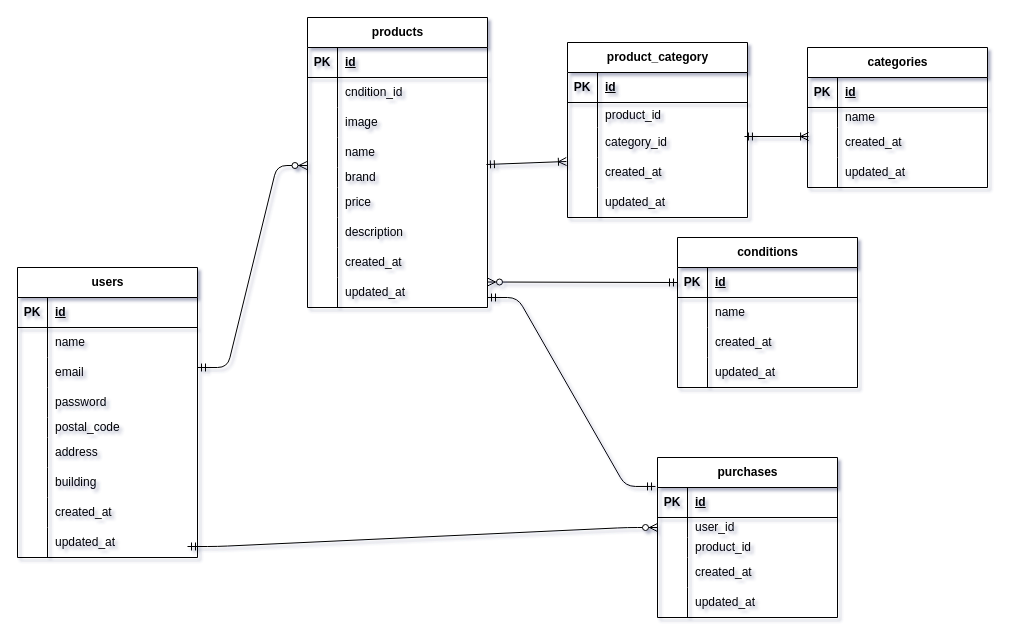
yushiro46/Furima keeps this draw.io diagram as er.dio. Above is the earlier version. Source tidied: cells renumbered, new cells numbered last; positions are measured from the earlier drawing's top-left corner, leaving out a move shared by most shapes. Both pictures are drawn from the tidied source at 100%, with x=0, y=0 at pixel (17, 17).
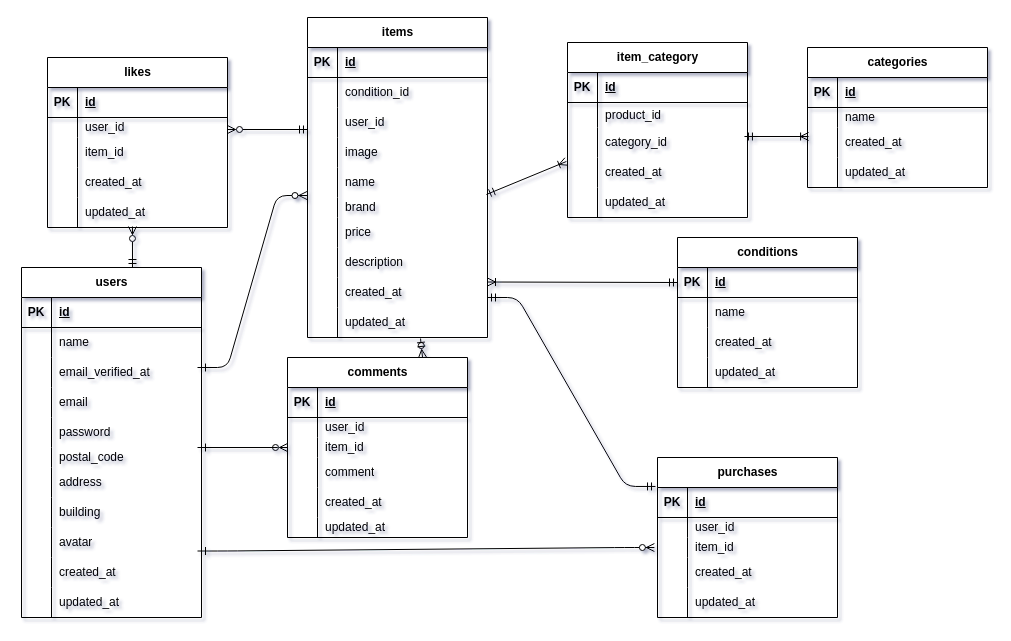
The same page after the edit.

Unchanged cells that the change refers to:
```xml
<mxCell id="9" style="shape=tableRow;horizontal=0;startSize=0;swimlaneHead=0;swimlaneBody=0;fillColor=none;top=0;left=0;right=0;bottom=0;" parent="2" vertex="1">
  <mxGeometry y="90" width="180" height="30" as="geometry" />
</mxCell>
<mxCell id="34" style="shape=tableRow;horizontal=0;startSize=0;swimlaneHead=0;swimlaneBody=0;fillColor=none;top=0;left=0;right=0;bottom=0;" parent="30" vertex="1">
  <mxGeometry y="60" width="180" height="30" as="geometry" />
</mxCell>
<mxCell id="72" style="shape=tableRow;horizontal=0;startSize=0;swimlaneHead=0;swimlaneBody=0;fillColor=none;points=[[0,0.5],[1,0.5]];portConstraint=eastwest;top=0;left=0;right=0;bottom=1;" parent="71" vertex="1">
  <mxGeometry y="30" width="180" height="30" as="geometry" />
</mxCell>
<mxCell id="88" style="shape=tableRow;horizontal=0;startSize=0;swimlaneHead=0;swimlaneBody=0;fillColor=none;points=[[0,0.5],[1,0.5]];portConstraint=eastwest;top=0;left=0;right=0;bottom=0;" parent="84" vertex="1">
  <mxGeometry y="60" width="180" height="20" as="geometry" />
</mxCell>
<mxCell id="91" style="shape=tableRow;horizontal=0;startSize=0;swimlaneHead=0;swimlaneBody=0;fillColor=none;top=0;left=0;right=0;bottom=0;" parent="84" vertex="1">
  <mxGeometry y="80" width="180" height="20" as="geometry" />
</mxCell>
```

The edit, as a diff of the source:
```diff
@@
     <mxCell id="2" value="users" style="shape=table;startSize=30;childLayout=tableLayout;rowLines=0;fontStyle=1;align=center;html=1;" parent="1" vertex="1">
-      <mxGeometry y="250" width="180" height="290" as="geometry" />
+      <mxGeometry x="4" y="250" width="180" height="350" as="geometry" />
     </mxCell>
@@
-    <mxCell id="11" value="email" style="shape=partialRectangle;fillColor=none;top=0;left=0;bottom=0;right=0;align=left;spacingLeft=6;overflow=hidden;whiteSpace=wrap;html=1;" parent="9" vertex="1">
+    <mxCell id="11" value="email_verified_at" style="shape=partialRectangle;fillColor=none;top=0;left=0;bottom=0;right=0;align=left;spacingLeft=6;overflow=hidden;whiteSpace=wrap;html=1;" parent="9" vertex="1">
       <mxGeometry x="30" width="150" height="30" as="geometry" />
     </mxCell>
+    <mxCell id="122" style="shape=tableRow;horizontal=0;startSize=0;swimlaneHead=0;swimlaneBody=0;fillColor=none;top=0;left=0;right=0;bottom=0;" parent="2" vertex="1">
+      <mxGeometry y="120" width="180" height="30" as="geometry" />
+    </mxCell>
+    <mxCell id="123" style="shape=partialRectangle;fillColor=none;top=0;left=0;bottom=0;right=0;overflow=hidden;whiteSpace=wrap;html=1;" parent="122" vertex="1">
+      <mxGeometry width="30" height="30" as="geometry" />
+    </mxCell>
+    <mxCell id="124" value="email" style="shape=partialRectangle;fillColor=none;top=0;left=0;bottom=0;right=0;align=left;spacingLeft=6;overflow=hidden;whiteSpace=wrap;html=1;" parent="122" vertex="1">
+      <mxGeometry x="30" width="150" height="30" as="geometry" />
+    </mxCell>
     <mxCell id="12" style="shape=tableRow;horizontal=0;startSize=0;swimlaneHead=0;swimlaneBody=0;fillColor=none;top=0;left=0;right=0;bottom=0;" parent="2" vertex="1">
-      <mxGeometry y="120" width="180" height="30" as="geometry" />
+      <mxGeometry y="150" width="180" height="30" as="geometry" />
     </mxCell>
@@
     <mxCell id="15" style="shape=tableRow;horizontal=0;startSize=0;swimlaneHead=0;swimlaneBody=0;fillColor=none;top=0;left=0;right=0;bottom=0;" parent="2" vertex="1">
-      <mxGeometry y="150" width="180" height="20" as="geometry" />
+      <mxGeometry y="180" width="180" height="20" as="geometry" />
     </mxCell>
@@
     <mxCell id="18" style="shape=tableRow;horizontal=0;startSize=0;swimlaneHead=0;swimlaneBody=0;fillColor=none;top=0;left=0;right=0;bottom=0;" parent="2" vertex="1">
-      <mxGeometry y="170" width="180" height="30" as="geometry" />
+      <mxGeometry y="200" width="180" height="30" as="geometry" />
     </mxCell>
@@
     <mxCell id="21" style="shape=tableRow;horizontal=0;startSize=0;swimlaneHead=0;swimlaneBody=0;fillColor=none;top=0;left=0;right=0;bottom=0;" parent="2" vertex="1">
-      <mxGeometry y="200" width="180" height="30" as="geometry" />
+      <mxGeometry y="230" width="180" height="30" as="geometry" />
     </mxCell>
@@
     <mxCell id="24" style="shape=tableRow;horizontal=0;startSize=0;swimlaneHead=0;swimlaneBody=0;fillColor=none;top=0;left=0;right=0;bottom=0;" parent="2" vertex="1">
-      <mxGeometry y="230" width="180" height="30" as="geometry" />
+      <mxGeometry y="260" width="180" height="30" as="geometry" />
     </mxCell>
@@
-    <mxCell id="26" value="created_at" style="shape=partialRectangle;fillColor=none;top=0;left=0;bottom=0;right=0;align=left;spacingLeft=6;overflow=hidden;whiteSpace=wrap;html=1;" parent="24" vertex="1">
+    <mxCell id="26" value="avatar" style="shape=partialRectangle;fillColor=none;top=0;left=0;bottom=0;right=0;align=left;spacingLeft=6;overflow=hidden;whiteSpace=wrap;html=1;" parent="24" vertex="1">
       <mxGeometry x="30" width="150" height="30" as="geometry" />
     </mxCell>
     <mxCell id="27" style="shape=tableRow;horizontal=0;startSize=0;swimlaneHead=0;swimlaneBody=0;fillColor=none;top=0;left=0;right=0;bottom=0;" parent="2" vertex="1">
-      <mxGeometry y="260" width="180" height="30" as="geometry" />
+      <mxGeometry y="290" width="180" height="30" as="geometry" />
     </mxCell>
@@
-    <mxCell id="29" value="updated_at" style="shape=partialRectangle;fillColor=none;top=0;left=0;bottom=0;right=0;align=left;spacingLeft=6;overflow=hidden;whiteSpace=wrap;html=1;" parent="27" vertex="1">
+    <mxCell id="29" value="created_at" style="shape=partialRectangle;fillColor=none;top=0;left=0;bottom=0;right=0;align=left;spacingLeft=6;overflow=hidden;whiteSpace=wrap;html=1;" parent="27" vertex="1">
       <mxGeometry x="30" width="150" height="30" as="geometry" />
     </mxCell>
+    <mxCell id="125" style="shape=tableRow;horizontal=0;startSize=0;swimlaneHead=0;swimlaneBody=0;fillColor=none;top=0;left=0;right=0;bottom=0;" parent="2" vertex="1">
+      <mxGeometry y="320" width="180" height="30" as="geometry" />
+    </mxCell>
+    <mxCell id="126" style="shape=partialRectangle;fillColor=none;top=0;left=0;bottom=0;right=0;overflow=hidden;whiteSpace=wrap;html=1;" parent="125" vertex="1">
+      <mxGeometry width="30" height="30" as="geometry" />
+    </mxCell>
+    <mxCell id="127" value="updated_at" style="shape=partialRectangle;fillColor=none;top=0;left=0;bottom=0;right=0;align=left;spacingLeft=6;overflow=hidden;whiteSpace=wrap;html=1;" parent="125" vertex="1">
+      <mxGeometry x="30" width="150" height="30" as="geometry" />
+    </mxCell>
-    <mxCell id="30" value="products" style="shape=table;startSize=30;childLayout=tableLayout;rowLines=0;fontStyle=1;align=center;html=1;" parent="1" vertex="1">
-      <mxGeometry x="290" width="180" height="290" as="geometry" />
+    <mxCell id="30" value="items" style="shape=table;startSize=30;childLayout=tableLayout;rowLines=0;fontStyle=1;align=center;html=1;" parent="1" vertex="1">
+      <mxGeometry x="290" width="180" height="320" as="geometry" />
     </mxCell>
@@
-    <mxCell id="36" value="cndition_id" style="shape=partialRectangle;fillColor=none;top=0;left=0;bottom=0;right=0;align=left;spacingLeft=6;overflow=hidden;whiteSpace=wrap;html=1;" parent="34" vertex="1">
+    <mxCell id="36" value="condition_id" style="shape=partialRectangle;fillColor=none;top=0;left=0;bottom=0;right=0;align=left;spacingLeft=6;overflow=hidden;whiteSpace=wrap;html=1;" parent="34" vertex="1">
       <mxGeometry x="30" width="150" height="30" as="geometry" />
     </mxCell>
+    <mxCell id="128" style="shape=tableRow;horizontal=0;startSize=0;swimlaneHead=0;swimlaneBody=0;fillColor=none;top=0;left=0;right=0;bottom=0;" parent="30" vertex="1">
+      <mxGeometry y="90" width="180" height="30" as="geometry" />
+    </mxCell>
+    <mxCell id="129" style="shape=partialRectangle;fillColor=none;top=0;left=0;bottom=0;right=0;overflow=hidden;whiteSpace=wrap;html=1;" parent="128" vertex="1">
+      <mxGeometry width="30" height="30" as="geometry" />
+    </mxCell>
+    <mxCell id="130" value="user_id" style="shape=partialRectangle;fillColor=none;top=0;left=0;bottom=0;right=0;align=left;spacingLeft=6;overflow=hidden;whiteSpace=wrap;html=1;" parent="128" vertex="1">
+      <mxGeometry x="30" width="150" height="30" as="geometry" />
+    </mxCell>
     <mxCell id="37" style="shape=tableRow;horizontal=0;startSize=0;swimlaneHead=0;swimlaneBody=0;fillColor=none;top=0;left=0;right=0;bottom=0;" parent="30" vertex="1">
-      <mxGeometry y="90" width="180" height="30" as="geometry" />
+      <mxGeometry y="120" width="180" height="30" as="geometry" />
     </mxCell>
@@
     <mxCell id="40" style="shape=tableRow;horizontal=0;startSize=0;swimlaneHead=0;swimlaneBody=0;fillColor=none;top=0;left=0;right=0;bottom=0;" parent="30" vertex="1">
-      <mxGeometry y="120" width="180" height="30" as="geometry" />
+      <mxGeometry y="150" width="180" height="30" as="geometry" />
     </mxCell>
@@
     <mxCell id="43" style="shape=tableRow;horizontal=0;startSize=0;swimlaneHead=0;swimlaneBody=0;fillColor=none;points=[[0,0.5],[1,0.5]];portConstraint=eastwest;top=0;left=0;right=0;bottom=0;" parent="30" vertex="1">
-      <mxGeometry y="150" width="180" height="20" as="geometry" />
+      <mxGeometry y="180" width="180" height="20" as="geometry" />
     </mxCell>
@@
     <mxCell id="46" style="shape=tableRow;horizontal=0;startSize=0;swimlaneHead=0;swimlaneBody=0;fillColor=none;top=0;left=0;right=0;bottom=0;" parent="30" vertex="1">
-      <mxGeometry y="170" width="180" height="30" as="geometry" />
+      <mxGeometry y="200" width="180" height="30" as="geometry" />
     </mxCell>
@@
     <mxCell id="49" style="shape=tableRow;horizontal=0;startSize=0;swimlaneHead=0;swimlaneBody=0;fillColor=none;top=0;left=0;right=0;bottom=0;" parent="30" vertex="1">
-      <mxGeometry y="200" width="180" height="30" as="geometry" />
+      <mxGeometry y="230" width="180" height="30" as="geometry" />
     </mxCell>
@@
     <mxCell id="52" style="shape=tableRow;horizontal=0;startSize=0;swimlaneHead=0;swimlaneBody=0;fillColor=none;top=0;left=0;right=0;bottom=0;" parent="30" vertex="1">
-      <mxGeometry y="230" width="180" height="30" as="geometry" />
+      <mxGeometry y="260" width="180" height="30" as="geometry" />
     </mxCell>
@@
     <mxCell id="55" style="shape=tableRow;horizontal=0;startSize=0;swimlaneHead=0;swimlaneBody=0;fillColor=none;points=[[0,0.5],[1,0.5]];portConstraint=eastwest;top=0;left=0;right=0;bottom=0;" parent="30" vertex="1">
-      <mxGeometry y="260" width="180" height="30" as="geometry" />
+      <mxGeometry y="290" width="180" height="30" as="geometry" />
     </mxCell>
@@
-    <mxCell id="93" value="product_id" style="shape=partialRectangle;fillColor=none;top=0;left=0;bottom=0;right=0;align=left;spacingLeft=6;overflow=hidden;whiteSpace=wrap;html=1;" parent="91" vertex="1">
+    <mxCell id="93" value="item_id" style="shape=partialRectangle;fillColor=none;top=0;left=0;bottom=0;right=0;align=left;spacingLeft=6;overflow=hidden;whiteSpace=wrap;html=1;" parent="91" vertex="1">
       <mxGeometry x="30" width="150" height="20" as="geometry" />
     </mxCell>
@@
-    <mxCell id="101" style="edgeStyle=entityRelationEdgeStyle;fontSize=12;html=1;endArrow=ERzeroToMany;startArrow=ERmandOne;exitX=1.019;exitY=-0.033;exitDx=0;exitDy=0;exitPerimeter=0;entryX=0;entryY=0.5;entryDx=0;entryDy=0;" parent="1" edge="1" target="88">
+    <mxCell id="101" style="edgeStyle=entityRelationEdgeStyle;fontSize=12;html=1;endArrow=ERzeroToMany;startArrow=ERmandOne;exitX=1.017;exitY=0.133;exitDx=0;exitDy=0;exitPerimeter=0;entryX=0;entryY=0.5;entryDx=0;entryDy=0;" parent="1" edge="1">
       <mxGeometry relative="1" as="geometry">
-        <mxPoint x="170" y="529" as="sourcePoint" />
+        <mxPoint x="180" y="533.5" as="sourcePoint" />
+        <mxPoint x="636.9" y="530" as="targetPoint" />
         <Array as="points">
-          <mxPoint x="536.6" y="590" />
-          <mxPoint x="640" y="500" />
-          <mxPoint x="630" y="500" />
+          <mxPoint x="533.5" y="610" />
+          <mxPoint x="636.9" y="520" />
+          <mxPoint x="626.9" y="520" />
         </Array>
       </mxGeometry>
     </mxCell>
-    <mxCell id="102" style="endArrow=ERmandOne;html=1;rounded=0;startArrow=ERzeroToMany;startFill=0;endFill=0;entryX=0;entryY=0.5;entryDx=0;entryDy=0;" parent="1" edge="1" target="72">
+    <mxCell id="102" style="endArrow=ERmandOne;html=1;rounded=0;startArrow=ERoneToMany;startFill=0;endFill=0;entryX=0;entryY=0.5;entryDx=0;entryDy=0;" parent="1" edge="1" target="72">
       <mxGeometry relative="1" as="geometry">
         <mxPoint x="470" y="264.5" as="sourcePoint" />
       </mxGeometry>
     </mxCell>
@@
-    <mxCell id="104" value="product_category" style="shape=table;startSize=30;childLayout=tableLayout;rowLines=0;fontStyle=1;align=center;html=1;" parent="1" vertex="1">
+    <mxCell id="104" value="item_category" style="shape=table;startSize=30;childLayout=tableLayout;rowLines=0;fontStyle=1;align=center;html=1;" parent="1" vertex="1">
       <mxGeometry x="550" y="25" width="180" height="175" as="geometry" />
     </mxCell>
@@
+    <mxCell id="131" value="comments" style="shape=table;startSize=30;childLayout=tableLayout;rowLines=0;fontStyle=1;align=center;html=1;" parent="1" vertex="1">
+      <mxGeometry x="270" y="340" width="180" height="180" as="geometry" />
+    </mxCell>
+    <mxCell id="132" style="shape=tableRow;horizontal=0;startSize=0;swimlaneHead=0;swimlaneBody=0;fillColor=none;top=0;left=0;right=0;bottom=1;" parent="131" vertex="1">
+      <mxGeometry y="30" width="180" height="30" as="geometry" />
+    </mxCell>
+    <mxCell id="133" value="PK" style="shape=partialRectangle;fillColor=none;top=0;left=0;bottom=0;right=0;fontStyle=1;overflow=hidden;whiteSpace=wrap;html=1;" parent="132" vertex="1">
+      <mxGeometry width="30" height="30" as="geometry" />
+    </mxCell>
+    <mxCell id="134" value="id" style="shape=partialRectangle;fillColor=none;top=0;left=0;bottom=0;right=0;align=left;spacingLeft=6;fontStyle=5;overflow=hidden;whiteSpace=wrap;html=1;" parent="132" vertex="1">
+      <mxGeometry x="30" width="150" height="30" as="geometry" />
+    </mxCell>
+    <mxCell id="135" style="shape=tableRow;horizontal=0;startSize=0;swimlaneHead=0;swimlaneBody=0;fillColor=none;top=0;left=0;right=0;bottom=0;" parent="131" vertex="1">
+      <mxGeometry y="60" width="180" height="20" as="geometry" />
+    </mxCell>
+    <mxCell id="136" style="shape=partialRectangle;fillColor=none;top=0;left=0;bottom=0;right=0;overflow=hidden;whiteSpace=wrap;html=1;" parent="135" vertex="1">
+      <mxGeometry width="30" height="20" as="geometry" />
+    </mxCell>
+    <mxCell id="137" value="user_id" style="shape=partialRectangle;fillColor=none;top=0;left=0;bottom=0;right=0;align=left;spacingLeft=6;overflow=hidden;whiteSpace=wrap;html=1;" parent="135" vertex="1">
+      <mxGeometry x="30" width="150" height="20" as="geometry" />
+    </mxCell>
+    <mxCell id="138" style="shape=tableRow;horizontal=0;startSize=0;swimlaneHead=0;swimlaneBody=0;fillColor=none;top=0;left=0;right=0;bottom=0;" parent="131" vertex="1">
+      <mxGeometry y="80" width="180" height="20" as="geometry" />
+    </mxCell>
+    <mxCell id="139" style="shape=partialRectangle;fillColor=none;top=0;left=0;bottom=0;right=0;overflow=hidden;whiteSpace=wrap;html=1;" parent="138" vertex="1">
+      <mxGeometry width="30" height="20" as="geometry" />
+    </mxCell>
+    <mxCell id="140" value="item_id" style="shape=partialRectangle;fillColor=none;top=0;left=0;bottom=0;right=0;align=left;spacingLeft=6;overflow=hidden;whiteSpace=wrap;html=1;" parent="138" vertex="1">
+      <mxGeometry x="30" width="150" height="20" as="geometry" />
+    </mxCell>
+    <mxCell id="141" style="shape=tableRow;horizontal=0;startSize=0;swimlaneHead=0;swimlaneBody=0;fillColor=none;top=0;left=0;right=0;bottom=0;" parent="131" vertex="1">
+      <mxGeometry y="100" width="180" height="30" as="geometry" />
+    </mxCell>
+    <mxCell id="142" style="shape=partialRectangle;fillColor=none;top=0;left=0;bottom=0;right=0;overflow=hidden;whiteSpace=wrap;html=1;" parent="141" vertex="1">
+      <mxGeometry width="30" height="30" as="geometry" />
+    </mxCell>
+    <mxCell id="143" value="comment" style="shape=partialRectangle;fillColor=none;top=0;left=0;bottom=0;right=0;align=left;spacingLeft=6;overflow=hidden;whiteSpace=wrap;html=1;" parent="141" vertex="1">
+      <mxGeometry x="30" width="150" height="30" as="geometry" />
+    </mxCell>
+    <mxCell id="144" style="shape=tableRow;horizontal=0;startSize=0;swimlaneHead=0;swimlaneBody=0;fillColor=none;top=0;left=0;right=0;bottom=0;" parent="131" vertex="1">
+      <mxGeometry y="130" width="180" height="30" as="geometry" />
+    </mxCell>
+    <mxCell id="145" style="shape=partialRectangle;fillColor=none;top=0;left=0;bottom=0;right=0;overflow=hidden;whiteSpace=wrap;html=1;" parent="144" vertex="1">
+      <mxGeometry width="30" height="30" as="geometry" />
+    </mxCell>
+    <mxCell id="146" value="created_at" style="shape=partialRectangle;fillColor=none;top=0;left=0;bottom=0;right=0;align=left;spacingLeft=6;overflow=hidden;whiteSpace=wrap;html=1;" parent="144" vertex="1">
+      <mxGeometry x="30" width="150" height="30" as="geometry" />
+    </mxCell>
+    <mxCell id="147" style="shape=tableRow;horizontal=0;startSize=0;swimlaneHead=0;swimlaneBody=0;fillColor=none;top=0;left=0;right=0;bottom=0;" parent="131" vertex="1">
+      <mxGeometry y="160" width="180" height="20" as="geometry" />
+    </mxCell>
+    <mxCell id="148" style="shape=partialRectangle;fillColor=none;top=0;left=0;bottom=0;right=0;overflow=hidden;whiteSpace=wrap;html=1;" parent="147" vertex="1">
+      <mxGeometry width="30" height="20" as="geometry" />
+    </mxCell>
+    <mxCell id="149" value="updated_at" style="shape=partialRectangle;fillColor=none;top=0;left=0;bottom=0;right=0;align=left;spacingLeft=6;overflow=hidden;whiteSpace=wrap;html=1;" parent="147" vertex="1">
+      <mxGeometry x="30" width="150" height="20" as="geometry" />
+    </mxCell>
+    <mxCell id="150" style="endArrow=ERzeroToMany;html=1;rounded=0;startArrow=ERmandOne;startFill=0;endFill=0;" parent="1" edge="1">
+      <mxGeometry relative="1" as="geometry">
+        <mxPoint x="180" y="430" as="sourcePoint" />
+        <mxPoint x="270" y="430" as="targetPoint" />
+        <Array as="points">
+          <mxPoint x="260" y="430" />
+        </Array>
+      </mxGeometry>
+    </mxCell>
+    <mxCell id="151" style="endArrow=ERzeroToMany;html=1;rounded=0;exitX=0.628;exitY=1.033;exitDx=0;exitDy=0;exitPerimeter=0;entryX=0.75;entryY=0;entryDx=0;entryDy=0;startArrow=ERmandOne;startFill=0;endFill=0;" parent="1" edge="1" source="55" target="131">
+      <mxGeometry relative="1" as="geometry" />
+    </mxCell>
+    <mxCell id="152" value="likes" style="shape=table;startSize=30;childLayout=tableLayout;rowLines=0;fontStyle=1;align=center;html=1;" parent="1" vertex="1">
+      <mxGeometry x="30" y="40" width="180" height="170" as="geometry" />
+    </mxCell>
+    <mxCell id="153" style="shape=tableRow;horizontal=0;startSize=0;swimlaneHead=0;swimlaneBody=0;fillColor=none;top=0;left=0;right=0;bottom=1;" parent="152" vertex="1">
+      <mxGeometry y="30" width="180" height="30" as="geometry" />
+    </mxCell>
+    <mxCell id="154" value="PK" style="shape=partialRectangle;fillColor=none;top=0;left=0;bottom=0;right=0;fontStyle=1;overflow=hidden;whiteSpace=wrap;html=1;" parent="153" vertex="1">
+      <mxGeometry width="30" height="30" as="geometry" />
+    </mxCell>
+    <mxCell id="155" value="id" style="shape=partialRectangle;fillColor=none;top=0;left=0;bottom=0;right=0;align=left;spacingLeft=6;fontStyle=5;overflow=hidden;whiteSpace=wrap;html=1;" parent="153" vertex="1">
+      <mxGeometry x="30" width="150" height="30" as="geometry" />
+    </mxCell>
+    <mxCell id="156" style="shape=tableRow;horizontal=0;startSize=0;swimlaneHead=0;swimlaneBody=0;fillColor=none;top=0;left=0;right=0;bottom=0;" parent="152" vertex="1">
+      <mxGeometry y="60" width="180" height="20" as="geometry" />
+    </mxCell>
+    <mxCell id="157" style="shape=partialRectangle;fillColor=none;top=0;left=0;bottom=0;right=0;overflow=hidden;whiteSpace=wrap;html=1;" parent="156" vertex="1">
+      <mxGeometry width="30" height="20" as="geometry" />
+    </mxCell>
+    <mxCell id="158" value="user_id" style="shape=partialRectangle;fillColor=none;top=0;left=0;bottom=0;right=0;align=left;spacingLeft=6;overflow=hidden;whiteSpace=wrap;html=1;" parent="156" vertex="1">
+      <mxGeometry x="30" width="150" height="20" as="geometry" />
+    </mxCell>
+    <mxCell id="159" style="shape=tableRow;horizontal=0;startSize=0;swimlaneHead=0;swimlaneBody=0;fillColor=none;top=0;left=0;right=0;bottom=0;" parent="152" vertex="1">
+      <mxGeometry y="80" width="180" height="30" as="geometry" />
+    </mxCell>
+    <mxCell id="160" style="shape=partialRectangle;fillColor=none;top=0;left=0;bottom=0;right=0;overflow=hidden;whiteSpace=wrap;html=1;" parent="159" vertex="1">
+      <mxGeometry width="30" height="30" as="geometry" />
+    </mxCell>
+    <mxCell id="161" value="item_id" style="shape=partialRectangle;fillColor=none;top=0;left=0;bottom=0;right=0;align=left;spacingLeft=6;overflow=hidden;whiteSpace=wrap;html=1;" parent="159" vertex="1">
+      <mxGeometry x="30" width="150" height="30" as="geometry" />
+    </mxCell>
+    <mxCell id="162" style="shape=tableRow;horizontal=0;startSize=0;swimlaneHead=0;swimlaneBody=0;fillColor=none;top=0;left=0;right=0;bottom=0;" parent="152" vertex="1">
+      <mxGeometry y="110" width="180" height="30" as="geometry" />
+    </mxCell>
+    <mxCell id="163" style="shape=partialRectangle;fillColor=none;top=0;left=0;bottom=0;right=0;overflow=hidden;whiteSpace=wrap;html=1;" parent="162" vertex="1">
+      <mxGeometry width="30" height="30" as="geometry" />
+    </mxCell>
+    <mxCell id="164" value="created_at" style="shape=partialRectangle;fillColor=none;top=0;left=0;bottom=0;right=0;align=left;spacingLeft=6;overflow=hidden;whiteSpace=wrap;html=1;" parent="162" vertex="1">
+      <mxGeometry x="30" width="150" height="30" as="geometry" />
+    </mxCell>
+    <mxCell id="165" style="shape=tableRow;horizontal=0;startSize=0;swimlaneHead=0;swimlaneBody=0;fillColor=none;points=[[0,0.5],[1,0.5]];portConstraint=eastwest;top=0;left=0;right=0;bottom=0;" parent="152" vertex="1">
+      <mxGeometry y="140" width="180" height="30" as="geometry" />
+    </mxCell>
+    <mxCell id="166" style="shape=partialRectangle;fillColor=none;top=0;left=0;bottom=0;right=0;overflow=hidden;whiteSpace=wrap;html=1;" parent="165" vertex="1">
+      <mxGeometry width="30" height="30" as="geometry" />
+    </mxCell>
+    <mxCell id="167" value="updated_at" style="shape=partialRectangle;fillColor=none;top=0;left=0;bottom=0;right=0;align=left;spacingLeft=6;overflow=hidden;whiteSpace=wrap;html=1;" parent="165" vertex="1">
+      <mxGeometry x="30" width="150" height="30" as="geometry" />
+    </mxCell>
+    <mxCell id="168" style="endArrow=ERmandOne;html=1;rounded=0;startArrow=ERzeroToMany;startFill=0;endFill=0;" parent="1" edge="1">
+      <mxGeometry relative="1" as="geometry">
+        <mxPoint x="210" y="112" as="sourcePoint" />
+        <mxPoint x="290" y="112" as="targetPoint" />
+      </mxGeometry>
+    </mxCell>
+    <mxCell id="169" style="endArrow=ERmandOne;html=1;rounded=0;exitX=0.472;exitY=0.967;exitDx=0;exitDy=0;exitPerimeter=0;startArrow=ERzeroToMany;startFill=0;endFill=0;" parent="1" edge="1" source="165">
+      <mxGeometry relative="1" as="geometry">
+        <mxPoint x="115" y="250" as="targetPoint" />
+      </mxGeometry>
+    </mxCell>
```
